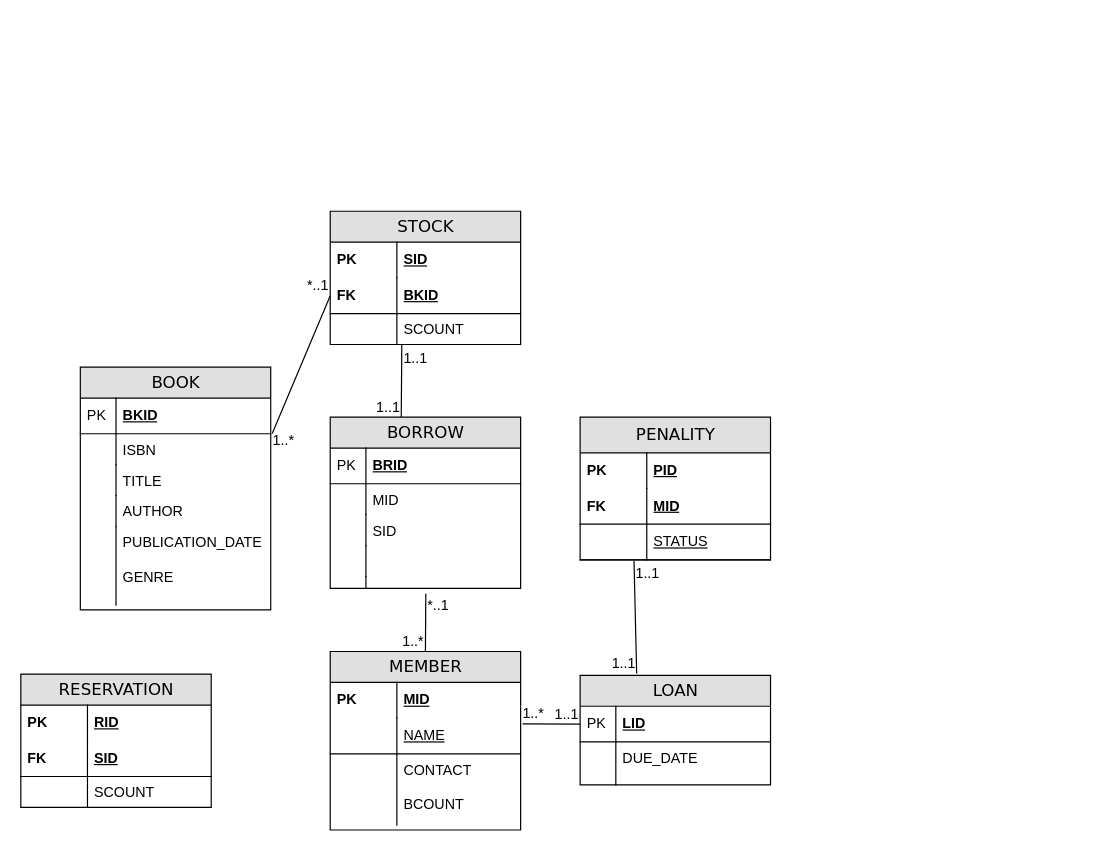
Earlier version of the draw.io diagram erdiagram.drawio (kaushik315/MScComputingDS). Source tidied: cells renumbered, new cells numbered last; positions are measured from the earlier drawing's top-left corner, leaving out a move shared by most shapes. Both pictures are drawn from the tidied source at 119%, with x=0, y=0 at pixel (20, 211).
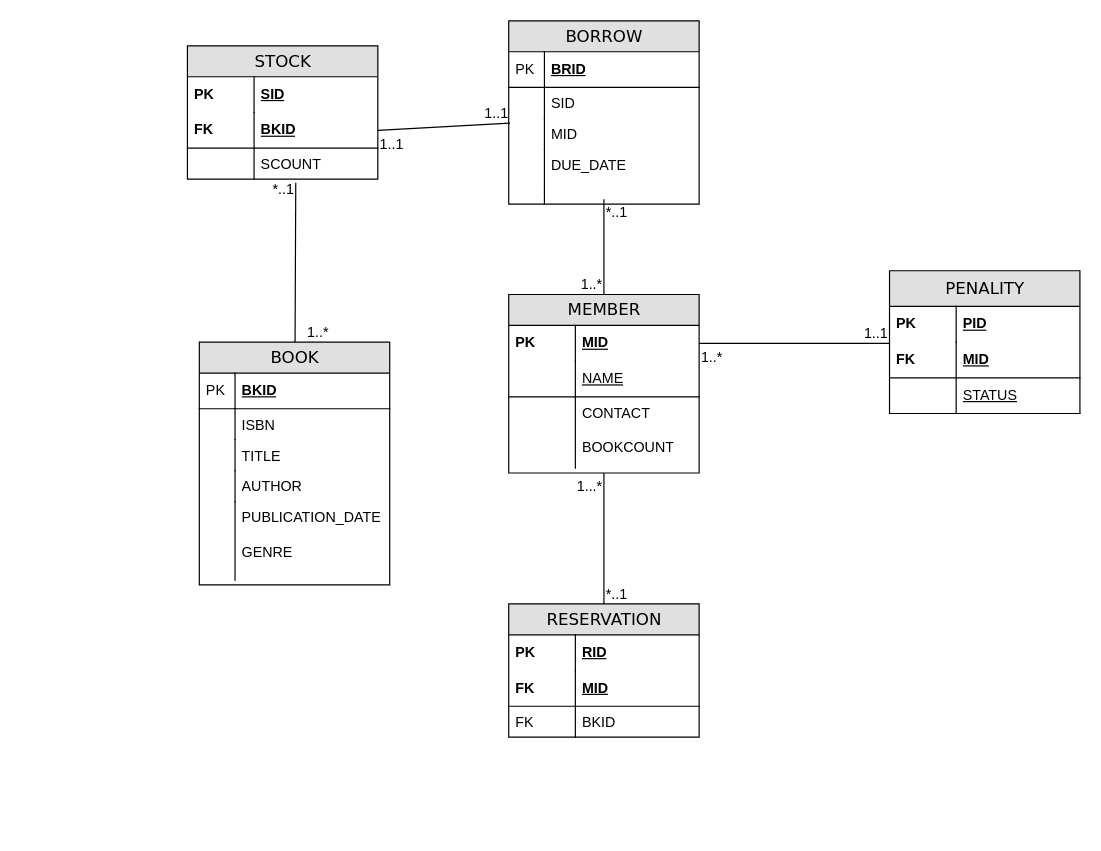
Above is the later version.

The change refers to these unchanged cells:
```xml
<mxCell id="5" value="BKID" style="shape=partialRectangle;top=0;left=0;right=0;bottom=1;html=1;align=left;verticalAlign=middle;fillColor=none;spacingLeft=60;spacingRight=4;whiteSpace=wrap;overflow=hidden;points=[[0,0.5],[1,0.5]];portConstraint=eastwest;fontStyle=5;" parent="2" vertex="1">
  <mxGeometry y="56" width="160" height="30" as="geometry" />
</mxCell>
<mxCell id="7" value="SCOUNT" style="shape=partialRectangle;top=0;left=0;right=0;bottom=0;html=1;align=left;verticalAlign=top;fillColor=none;spacingLeft=60;spacingRight=4;whiteSpace=wrap;overflow=hidden;points=[[0,0.5],[1,0.5]];portConstraint=eastwest;" parent="2" vertex="1">
  <mxGeometry y="86" width="160" height="26" as="geometry" />
</mxCell>
<mxCell id="15" value="MID" style="shape=partialRectangle;top=0;left=0;right=0;bottom=0;html=1;align=left;verticalAlign=middle;fillColor=none;spacingLeft=60;spacingRight=4;whiteSpace=wrap;overflow=hidden;points=[[0,0.5],[1,0.5]];portConstraint=eastwest;fontStyle=5;" parent="14" vertex="1">
  <mxGeometry y="26" width="160" height="30" as="geometry" />
</mxCell>
<mxCell id="17" value="&lt;span style=&quot;font-weight: normal;&quot;&gt;NAME&lt;/span&gt;" style="shape=partialRectangle;top=0;left=0;right=0;bottom=1;html=1;align=left;verticalAlign=middle;fillColor=none;spacingLeft=60;spacingRight=4;whiteSpace=wrap;overflow=hidden;points=[[0,0.5],[1,0.5]];portConstraint=eastwest;fontStyle=5;" parent="14" vertex="1">
  <mxGeometry y="56" width="160" height="30" as="geometry" />
</mxCell>
<mxCell id="24" value="MID" style="shape=partialRectangle;top=0;left=0;right=0;bottom=1;html=1;align=left;verticalAlign=middle;fillColor=none;spacingLeft=60;spacingRight=4;whiteSpace=wrap;overflow=hidden;points=[[0,0.5],[1,0.5]];portConstraint=eastwest;fontStyle=5;" parent="21" vertex="1">
  <mxGeometry y="60" width="160" height="30" as="geometry" />
</mxCell>
<mxCell id="26" value="&lt;span style=&quot;font-weight: normal;&quot;&gt;STATUS&lt;/span&gt;" style="shape=partialRectangle;top=0;left=0;right=0;bottom=1;html=1;align=left;verticalAlign=middle;fillColor=none;spacingLeft=60;spacingRight=4;whiteSpace=wrap;overflow=hidden;points=[[0,0.5],[1,0.5]];portConstraint=eastwest;fontStyle=5;" parent="21" vertex="1">
  <mxGeometry y="90" width="160" height="30" as="geometry" />
</mxCell>
<mxCell id="31" value="ISBN" style="shape=partialRectangle;top=0;left=0;right=0;bottom=0;html=1;align=left;verticalAlign=top;fillColor=none;spacingLeft=34;spacingRight=4;whiteSpace=wrap;overflow=hidden;points=[[0,0.5],[1,0.5]];portConstraint=eastwest;" parent="28" vertex="1">
  <mxGeometry y="56" width="160" height="26" as="geometry" />
</mxCell>
```

What changed in the source:
```diff
@@
     <mxCell id="2" value="STOCK" style="swimlane;html=1;fontStyle=0;horizontal=1;startSize=26;fillColor=#e0e0e0;swimlaneFillColor=#ffffff;align=center;rounded=0;shadow=0;comic=0;labelBackgroundColor=none;strokeWidth=1;fontFamily=Verdana;fontSize=14;" parent="1" vertex="1">
-      <mxGeometry x="260" width="160" height="112" as="geometry" />
+      <mxGeometry x="140" y="-139" width="160" height="112" as="geometry" />
     </mxCell>
@@
-    <mxCell id="9" value="LOAN" style="swimlane;html=1;fontStyle=0;horizontal=1;startSize=26;fillColor=#e0e0e0;swimlaneFillColor=#ffffff;align=center;rounded=0;shadow=0;comic=0;labelBackgroundColor=none;strokeWidth=1;fontFamily=Verdana;fontSize=14;" parent="1" vertex="1">
-      <mxGeometry x="470" y="390" width="160" height="92" as="geometry" />
-    </mxCell>
-    <mxCell id="10" value="LID" style="shape=partialRectangle;top=0;left=0;right=0;bottom=1;html=1;align=left;verticalAlign=middle;fillColor=none;spacingLeft=34;spacingRight=4;whiteSpace=wrap;overflow=hidden;points=[[0,0.5],[1,0.5]];portConstraint=eastwest;fontStyle=5;" parent="9" vertex="1">
-      <mxGeometry y="26" width="160" height="30" as="geometry" />
-    </mxCell>
-    <mxCell id="11" value="PK" style="shape=partialRectangle;top=0;left=0;bottom=0;html=1;fillColor=none;align=left;verticalAlign=middle;spacingLeft=4;spacingRight=4;whiteSpace=wrap;overflow=hidden;" parent="10" vertex="1">
-      <mxGeometry width="30" height="30" as="geometry" />
-    </mxCell>
-    <mxCell id="12" value="DUE_DATE" style="shape=partialRectangle;top=0;left=0;right=0;bottom=0;html=1;align=left;verticalAlign=top;fillColor=none;spacingLeft=34;spacingRight=4;whiteSpace=wrap;overflow=hidden;" parent="9" vertex="1">
-      <mxGeometry y="56" width="160" height="36" as="geometry" />
-    </mxCell>
-    <mxCell id="13" style="shape=partialRectangle;top=0;left=0;bottom=0;html=1;fillColor=none;align=left;verticalAlign=top;spacingLeft=4;spacingRight=4;whiteSpace=wrap;overflow=hidden;" parent="12" vertex="1">
-      <mxGeometry width="30" height="36" as="geometry" />
-    </mxCell>
     <mxCell id="14" value="MEMBER" style="swimlane;html=1;fontStyle=0;horizontal=1;startSize=26;fillColor=#e0e0e0;swimlaneFillColor=#ffffff;align=center;rounded=0;shadow=0;comic=0;labelBackgroundColor=none;strokeWidth=1;fontFamily=Verdana;fontSize=14;" parent="1" vertex="1">
-      <mxGeometry x="260" y="370" width="160" height="150" as="geometry" />
+      <mxGeometry x="410" y="70" width="160" height="150" as="geometry" />
     </mxCell>
@@
-    <mxCell id="19" value="CONTACT&lt;br&gt;&lt;br&gt;BCOUNT" style="shape=partialRectangle;top=0;left=0;right=0;bottom=0;html=1;align=left;verticalAlign=top;fillColor=none;spacingLeft=60;spacingRight=4;whiteSpace=wrap;overflow=hidden;" parent="14" vertex="1">
+    <mxCell id="19" value="CONTACT&lt;br&gt;&lt;br&gt;BOOKCOUNT" style="shape=partialRectangle;top=0;left=0;right=0;bottom=0;html=1;align=left;verticalAlign=top;fillColor=none;spacingLeft=60;spacingRight=4;whiteSpace=wrap;overflow=hidden;" parent="14" vertex="1">
       <mxGeometry y="86" width="160" height="60" as="geometry" />
     </mxCell>
@@
     <mxCell id="21" value="PENALITY" style="swimlane;html=1;fontStyle=0;horizontal=1;startSize=30;fillColor=#e0e0e0;swimlaneFillColor=#ffffff;align=center;rounded=0;shadow=0;comic=0;labelBackgroundColor=none;strokeWidth=1;fontFamily=Verdana;fontSize=14;" parent="1" vertex="1">
-      <mxGeometry x="470" y="173" width="160" height="120" as="geometry" />
+      <mxGeometry x="730" y="50" width="160" height="120" as="geometry" />
     </mxCell>
@@
     <mxCell id="28" value="BOOK" style="swimlane;html=1;fontStyle=0;horizontal=1;startSize=26;fillColor=#e0e0e0;swimlaneFillColor=#ffffff;align=center;rounded=0;shadow=0;comic=0;labelBackgroundColor=none;strokeWidth=1;fontFamily=Verdana;fontSize=14;" parent="1" vertex="1">
-      <mxGeometry x="50" y="131" width="160" height="204" as="geometry" />
+      <mxGeometry x="150" y="110" width="160" height="204" as="geometry" />
     </mxCell>
@@
     <mxCell id="39" value="BORROW" style="swimlane;html=1;fontStyle=0;horizontal=1;startSize=26;fillColor=#e0e0e0;swimlaneFillColor=#ffffff;align=center;rounded=0;shadow=0;comic=0;labelBackgroundColor=none;strokeWidth=1;fontFamily=Verdana;fontSize=14;" parent="1" vertex="1">
-      <mxGeometry x="260" y="173" width="160" height="144" as="geometry" />
+      <mxGeometry x="410" y="-160" width="160" height="154" as="geometry" />
     </mxCell>
@@
+    <mxCell id="46" value="SID" style="shape=partialRectangle;top=0;left=0;right=0;bottom=0;html=1;align=left;verticalAlign=top;fillColor=none;spacingLeft=34;spacingRight=4;whiteSpace=wrap;overflow=hidden;" parent="39" vertex="1">
+      <mxGeometry y="56" width="160" height="26" as="geometry" />
+    </mxCell>
+    <mxCell id="47" style="shape=partialRectangle;top=0;left=0;bottom=0;html=1;fillColor=none;align=left;verticalAlign=top;spacingLeft=4;spacingRight=4;whiteSpace=wrap;overflow=hidden;" parent="46" vertex="1">
+      <mxGeometry width="30" height="26" as="geometry" />
+    </mxCell>
     <mxCell id="42" value="MID" style="shape=partialRectangle;top=0;left=0;right=0;bottom=0;html=1;align=left;verticalAlign=top;fillColor=none;spacingLeft=34;spacingRight=4;whiteSpace=wrap;overflow=hidden;points=[[0,0.5],[1,0.5]];portConstraint=eastwest;" parent="39" vertex="1">
-      <mxGeometry y="56" width="160" height="26" as="geometry" />
+      <mxGeometry y="82" width="160" height="26" as="geometry" />
     </mxCell>
@@
-    <mxCell id="44" value="SID" style="shape=partialRectangle;top=0;left=0;right=0;bottom=0;html=1;align=left;verticalAlign=top;fillColor=none;spacingLeft=34;spacingRight=4;whiteSpace=wrap;overflow=hidden;" parent="39" vertex="1">
-      <mxGeometry y="82" width="160" height="26" as="geometry" />
-    </mxCell>
-    <mxCell id="45" style="shape=partialRectangle;top=0;left=0;bottom=0;html=1;fillColor=none;align=left;verticalAlign=top;spacingLeft=4;spacingRight=4;whiteSpace=wrap;overflow=hidden;" parent="44" vertex="1">
-      <mxGeometry width="30" height="26" as="geometry" />
-    </mxCell>
-    <mxCell id="46" style="shape=partialRectangle;top=0;left=0;right=0;bottom=0;html=1;align=left;verticalAlign=top;fillColor=none;spacingLeft=34;spacingRight=4;whiteSpace=wrap;overflow=hidden;" parent="39" vertex="1">
-      <mxGeometry y="108" width="160" height="26" as="geometry" />
-    </mxCell>
-    <mxCell id="47" style="shape=partialRectangle;top=0;left=0;bottom=0;html=1;fillColor=none;align=left;verticalAlign=top;spacingLeft=4;spacingRight=4;whiteSpace=wrap;overflow=hidden;" parent="46" vertex="1">
-      <mxGeometry width="30" height="26" as="geometry" />
-    </mxCell>
+    <mxCell id="12" value="DUE_DATE" style="shape=partialRectangle;top=0;left=0;right=0;bottom=0;html=1;align=left;verticalAlign=top;fillColor=none;spacingLeft=34;spacingRight=4;whiteSpace=wrap;overflow=hidden;" parent="39" vertex="1">
+      <mxGeometry y="108" width="160" height="36" as="geometry" />
+    </mxCell>
+    <mxCell id="13" style="shape=partialRectangle;top=0;left=0;bottom=0;html=1;fillColor=none;align=left;verticalAlign=top;spacingLeft=4;spacingRight=4;whiteSpace=wrap;overflow=hidden;" parent="12" vertex="1">
+      <mxGeometry width="30" height="36" as="geometry" />
+    </mxCell>
     <mxCell id="48" style="shape=partialRectangle;top=0;left=0;right=0;bottom=0;html=1;align=left;verticalAlign=top;fillColor=none;spacingLeft=34;spacingRight=4;whiteSpace=wrap;overflow=hidden;points=[[0,0.5],[1,0.5]];portConstraint=eastwest;" parent="39" vertex="1">
-      <mxGeometry y="134" width="160" height="10" as="geometry" />
+      <mxGeometry y="144" width="160" height="10" as="geometry" />
     </mxCell>
@@
-    <mxCell id="50" style="endArrow=none;html=1;rounded=0;entryX=0.5;entryY=0;entryDx=0;entryDy=0;exitX=0.502;exitY=1.442;exitDx=0;exitDy=0;exitPerimeter=0;" parent="1" edge="1" source="48" target="14">
+    <mxCell id="50" style="endArrow=none;html=1;rounded=0;entryX=0.5;entryY=0;entryDx=0;entryDy=0;exitX=0.5;exitY=0.6;exitDx=0;exitDy=0;exitPerimeter=0;" parent="1" edge="1" source="48" target="14">
       <mxGeometry relative="1" as="geometry" />
     </mxCell>
@@
-    <mxCell id="53" style="endArrow=none;html=1;rounded=0;exitX=0.376;exitY=0.996;exitDx=0;exitDy=0;exitPerimeter=0;entryX=0.373;entryY=0;entryDx=0;entryDy=0;entryPerimeter=0;" parent="1" edge="1" source="7" target="39">
-      <mxGeometry relative="1" as="geometry" />
-    </mxCell>
-    <mxCell id="54" value="1..1" style="html=1;whiteSpace=wrap;align=left;verticalAlign=bottom;" parent="53" vertex="1">
-      <mxGeometry x="-1" relative="1" as="geometry">
-        <mxPoint y="20" as="offset" />
-      </mxGeometry>
-    </mxCell>
-    <mxCell id="55" value="1..1" style="html=1;whiteSpace=wrap;align=right;verticalAlign=bottom;" parent="53" vertex="1">
-      <mxGeometry x="1" relative="1" as="geometry" />
-    </mxCell>
-    <mxCell id="56" style="endArrow=none;html=1;rounded=0;exitX=1.008;exitY=-0.006;exitDx=0;exitDy=0;exitPerimeter=0;entryX=0;entryY=0.5;entryDx=0;entryDy=0;" parent="1" edge="1" source="31" target="5">
-      <mxGeometry relative="1" as="geometry" />
-    </mxCell>
-    <mxCell id="57" value="1..*" style="html=1;whiteSpace=wrap;align=left;verticalAlign=bottom;" parent="56" vertex="1">
-      <mxGeometry x="-1" relative="1" as="geometry">
-        <mxPoint x="-1" y="14" as="offset" />
-      </mxGeometry>
-    </mxCell>
-    <mxCell id="58" value="*..1" style="html=1;whiteSpace=wrap;align=right;verticalAlign=bottom;" parent="56" vertex="1">
-      <mxGeometry x="1" relative="1" as="geometry" />
-    </mxCell>
-    <mxCell id="59" style="endArrow=none;html=1;rounded=0;exitX=1.01;exitY=0.16;exitDx=0;exitDy=0;exitPerimeter=0;entryX=0;entryY=0.5;entryDx=0;entryDy=0;" parent="1" edge="1" source="17" target="10">
-      <mxGeometry relative="1" as="geometry" />
-    </mxCell>
-    <mxCell id="60" value="1..*" style="html=1;whiteSpace=wrap;align=left;verticalAlign=bottom;" parent="59" vertex="1">
-      <mxGeometry x="-1" relative="1" as="geometry">
-        <mxPoint x="-2" y="-1" as="offset" />
-      </mxGeometry>
-    </mxCell>
-    <mxCell id="61" value="1..1" style="html=1;whiteSpace=wrap;align=right;verticalAlign=bottom;" parent="59" vertex="1">
-      <mxGeometry x="1" relative="1" as="geometry" />
-    </mxCell>
-    <mxCell id="62" style="endArrow=none;html=1;rounded=0;entryX=0.297;entryY=-0.017;entryDx=0;entryDy=0;exitX=0.283;exitY=1.033;exitDx=0;exitDy=0;exitPerimeter=0;entryPerimeter=0;" parent="1" edge="1" source="26" target="9">
-      <mxGeometry relative="1" as="geometry" />
-    </mxCell>
-    <mxCell id="63" value="1..1" style="html=1;whiteSpace=wrap;align=left;verticalAlign=bottom;" parent="62" vertex="1">
-      <mxGeometry x="-1" relative="1" as="geometry">
-        <mxPoint y="19" as="offset" />
-      </mxGeometry>
-    </mxCell>
-    <mxCell id="64" value="1..1" style="html=1;whiteSpace=wrap;align=right;verticalAlign=bottom;" parent="62" vertex="1">
-      <mxGeometry x="1" relative="1" as="geometry" />
-    </mxCell>
     <mxCell id="65" value="RESERVATION" style="swimlane;html=1;fontStyle=0;horizontal=1;startSize=26;fillColor=#e0e0e0;swimlaneFillColor=#ffffff;align=center;rounded=0;shadow=0;comic=0;labelBackgroundColor=none;strokeWidth=1;fontFamily=Verdana;fontSize=14;" parent="1" vertex="1">
-      <mxGeometry y="389" width="160" height="112" as="geometry" />
+      <mxGeometry x="410" y="330" width="160" height="112" as="geometry" />
     </mxCell>
@@
-    <mxCell id="68" value="SID" style="shape=partialRectangle;top=0;left=0;right=0;bottom=1;html=1;align=left;verticalAlign=middle;fillColor=none;spacingLeft=60;spacingRight=4;whiteSpace=wrap;overflow=hidden;fontStyle=5;" parent="65" vertex="1">
+    <mxCell id="68" value="MID" style="shape=partialRectangle;top=0;left=0;right=0;bottom=1;html=1;align=left;verticalAlign=middle;fillColor=none;spacingLeft=60;spacingRight=4;whiteSpace=wrap;overflow=hidden;fontStyle=5;" parent="65" vertex="1">
       <mxGeometry y="56" width="160" height="30" as="geometry" />
     </mxCell>
@@
-    <mxCell id="70" value="SCOUNT" style="shape=partialRectangle;top=0;left=0;right=0;bottom=0;html=1;align=left;verticalAlign=top;fillColor=none;spacingLeft=60;spacingRight=4;whiteSpace=wrap;overflow=hidden;" parent="65" vertex="1">
+    <mxCell id="70" value="BKID" style="shape=partialRectangle;top=0;left=0;right=0;bottom=0;html=1;align=left;verticalAlign=top;fillColor=none;spacingLeft=60;spacingRight=4;whiteSpace=wrap;overflow=hidden;" parent="65" vertex="1">
       <mxGeometry y="86" width="160" height="26" as="geometry" />
     </mxCell>
-    <mxCell id="71" style="shape=partialRectangle;top=0;left=0;bottom=0;html=1;fillColor=none;align=left;verticalAlign=top;spacingLeft=4;spacingRight=4;whiteSpace=wrap;overflow=hidden;" parent="70" vertex="1">
+    <mxCell id="71" value="FK" style="shape=partialRectangle;top=0;left=0;bottom=0;html=1;fillColor=none;align=left;verticalAlign=top;spacingLeft=4;spacingRight=4;whiteSpace=wrap;overflow=hidden;" parent="70" vertex="1">
       <mxGeometry width="56" height="26" as="geometry" />
     </mxCell>
+    <mxCell id="72" style="endArrow=none;html=1;rounded=0;entryX=0.569;entryY=1.115;entryDx=0;entryDy=0;entryPerimeter=0;" parent="1" edge="1" source="28" target="7">
+      <mxGeometry relative="1" as="geometry" />
+    </mxCell>
+    <mxCell id="73" value="1..*" style="html=1;whiteSpace=wrap;align=left;verticalAlign=bottom;" parent="72" vertex="1">
+      <mxGeometry x="-1" relative="1" as="geometry">
+        <mxPoint x="9" as="offset" />
+      </mxGeometry>
+    </mxCell>
+    <mxCell id="58" value="*..1" style="html=1;whiteSpace=wrap;align=right;verticalAlign=bottom;" parent="72" vertex="1">
+      <mxGeometry x="1" relative="1" as="geometry">
+        <mxPoint y="14" as="offset" />
+      </mxGeometry>
+    </mxCell>
+    <mxCell id="74" style="endArrow=none;html=1;rounded=0;exitX=1;exitY=0.5;exitDx=0;exitDy=0;entryX=0;entryY=0.033;entryDx=0;entryDy=0;entryPerimeter=0;" parent="1" edge="1" source="15" target="24">
+      <mxGeometry relative="1" as="geometry" />
+    </mxCell>
+    <mxCell id="75" value="1..*" style="html=1;whiteSpace=wrap;align=left;verticalAlign=bottom;" parent="74" vertex="1">
+      <mxGeometry x="-1" relative="1" as="geometry">
+        <mxPoint y="20" as="offset" />
+      </mxGeometry>
+    </mxCell>
+    <mxCell id="76" value="1..1" style="html=1;whiteSpace=wrap;align=right;verticalAlign=bottom;" parent="74" vertex="1">
+      <mxGeometry x="1" relative="1" as="geometry" />
+    </mxCell>
+    <mxCell id="77" style="endArrow=none;html=1;rounded=0;exitX=0.5;exitY=0;exitDx=0;exitDy=0;entryX=0.5;entryY=1;entryDx=0;entryDy=0;" parent="1" edge="1" source="65" target="14">
+      <mxGeometry relative="1" as="geometry" />
+    </mxCell>
+    <mxCell id="78" value="*..1" style="html=1;whiteSpace=wrap;align=left;verticalAlign=bottom;" parent="77" vertex="1">
+      <mxGeometry x="-1" relative="1" as="geometry" />
+    </mxCell>
+    <mxCell id="79" value="1...*" style="html=1;whiteSpace=wrap;align=right;verticalAlign=bottom;" parent="77" vertex="1">
+      <mxGeometry x="1" relative="1" as="geometry">
+        <mxPoint y="20" as="offset" />
+      </mxGeometry>
+    </mxCell>
+    <mxCell id="80" style="endArrow=none;html=1;rounded=0;exitX=1;exitY=0.5;exitDx=0;exitDy=0;entryX=0.006;entryY=0.154;entryDx=0;entryDy=0;entryPerimeter=0;" parent="1" edge="1" source="5" target="42">
+      <mxGeometry relative="1" as="geometry" />
+    </mxCell>
+    <mxCell id="81" value="1..1" style="html=1;whiteSpace=wrap;align=left;verticalAlign=bottom;" parent="80" vertex="1">
+      <mxGeometry x="-1" relative="1" as="geometry">
+        <mxPoint y="20" as="offset" />
+      </mxGeometry>
+    </mxCell>
+    <mxCell id="82" value="1..1" style="html=1;whiteSpace=wrap;align=right;verticalAlign=bottom;" parent="80" vertex="1">
+      <mxGeometry x="1" relative="1" as="geometry" />
+    </mxCell>
```
